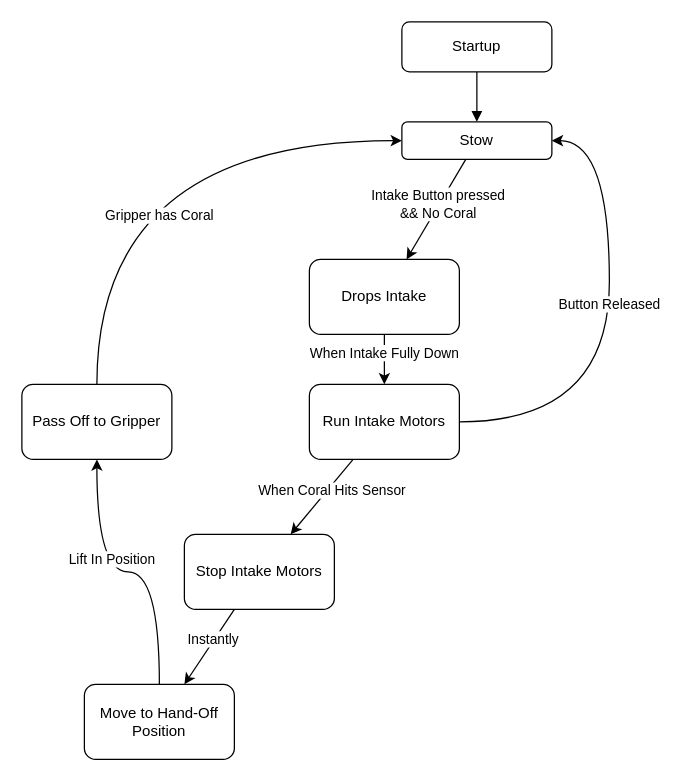
Manchester-Central/2025-Reefscape keeps this draw.io diagram as documents/State-Machines/Intake-State-Machine-Diagram.drawio. Above is the earlier version. Source tidied: cells renumbered, new cells numbered last; positions are measured from the earlier drawing's top-left corner, leaving out a move shared by most shapes. Both pictures are drawn from the tidied source at 125%, with x=0, y=0 at pixel (21, 21).
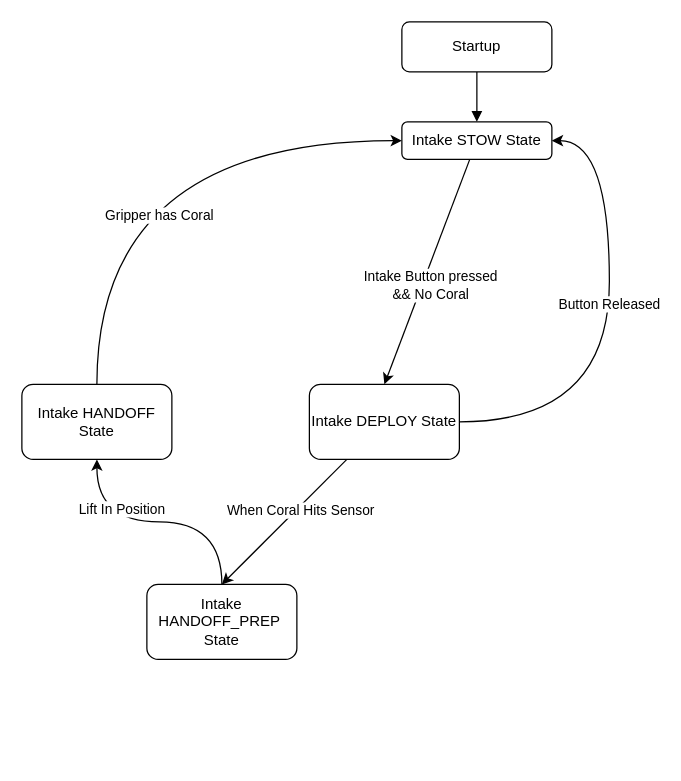
After the change.

The edit, as a diff of the source:
```diff
@@
-    <mxCell id="3" style="rounded=0;jettySize=auto;html=1;" parent="1" edge="1" source="5" target="9">
+    <mxCell id="3" style="rounded=0;jettySize=auto;html=1;entryX=0.5;entryY=0;entryDx=0;entryDy=0;" parent="1" edge="1" source="5" target="14">
       <mxGeometry relative="1" as="geometry" />
     </mxCell>
     <mxCell id="4" value="Intake Button pressed&lt;div&gt;&amp;amp;&amp;amp; No Coral&lt;/div&gt;" style="edgeLabel;html=1;align=center;verticalAlign=middle;" parent="3" vertex="1">
-      <mxGeometry x="-0.1" y="-1" relative="1" as="geometry" />
+      <mxGeometry x="-0.1" y="-1" relative="1" as="geometry">
+        <mxPoint y="20" as="offset" />
+      </mxGeometry>
     </mxCell>
-    <mxCell id="5" value="Stow" style="rounded=1;whiteSpace=wrap;html=1;" parent="1" vertex="1">
+    <mxCell id="5" value="Intake STOW State" style="rounded=1;whiteSpace=wrap;html=1;" parent="1" vertex="1">
       <mxGeometry x="304" y="80" width="120" height="30" as="geometry" />
     </mxCell>
@@
-    <mxCell id="7" style="edgeStyle=orthogonalEdgeStyle;rounded=0;jettySize=auto;html=1;" parent="1" edge="1" source="9" target="14">
-      <mxGeometry relative="1" as="geometry" />
-    </mxCell>
-    <mxCell id="8" value="When Intake Fully Down" style="edgeLabel;html=1;align=center;verticalAlign=middle;" parent="7" vertex="1">
-      <mxGeometry x="-0.29" y="-1" relative="1" as="geometry" />
-    </mxCell>
-    <mxCell id="9" value="Drops Intake" style="whiteSpace=wrap;html=1;rounded=1;" parent="1" vertex="1">
-      <mxGeometry x="230" y="190" width="120" height="60" as="geometry" />
-    </mxCell>
-    <mxCell id="10" style="rounded=0;jettySize=auto;html=1;" parent="1" edge="1" source="14" target="17">
+    <mxCell id="10" style="rounded=0;jettySize=auto;html=1;entryX=0.5;entryY=0;entryDx=0;entryDy=0;" parent="1" edge="1" source="14" target="20">
       <mxGeometry relative="1" as="geometry" />
     </mxCell>
@@
-    <mxCell id="14" value="Run Intake Motors" style="whiteSpace=wrap;html=1;rounded=1;" parent="1" vertex="1">
+    <mxCell id="14" value="Intake DEPLOY State" style="whiteSpace=wrap;html=1;rounded=1;" parent="1" vertex="1">
       <mxGeometry x="230" y="290" width="120" height="60" as="geometry" />
     </mxCell>
-    <mxCell id="15" style="rounded=0;jettySize=auto;html=1;" parent="1" edge="1" source="17" target="20">
-      <mxGeometry relative="1" as="geometry" />
-    </mxCell>
-    <mxCell id="16" value="Instantly" style="edgeLabel;html=1;align=center;verticalAlign=middle;" parent="15" vertex="1">
-      <mxGeometry x="-0.19" y="-2" relative="1" as="geometry" />
-    </mxCell>
-    <mxCell id="17" value="Stop Intake Motors" style="whiteSpace=wrap;html=1;rounded=1;" parent="1" vertex="1">
-      <mxGeometry x="130" y="410" width="120" height="60" as="geometry" />
-    </mxCell>
@@
-    <mxCell id="20" value="Move to Hand-Off Position" style="whiteSpace=wrap;html=1;rounded=1;" parent="1" vertex="1">
-      <mxGeometry x="50" y="530" width="120" height="60" as="geometry" />
+    <mxCell id="20" value="Intake HANDOFF_PREP&amp;nbsp;&lt;div&gt;State&lt;/div&gt;" style="whiteSpace=wrap;html=1;rounded=1;" parent="1" vertex="1">
+      <mxGeometry x="100" y="450" width="120" height="60" as="geometry" />
     </mxCell>
@@
-    <mxCell id="23" value="Pass Off to Gripper" style="whiteSpace=wrap;html=1;rounded=1;" parent="1" vertex="1">
+    <mxCell id="23" value="Intake HANDOFF&lt;div&gt;State&lt;/div&gt;" style="whiteSpace=wrap;html=1;rounded=1;" parent="1" vertex="1">
       <mxGeometry y="290" width="120" height="60" as="geometry" />
     </mxCell>
```
